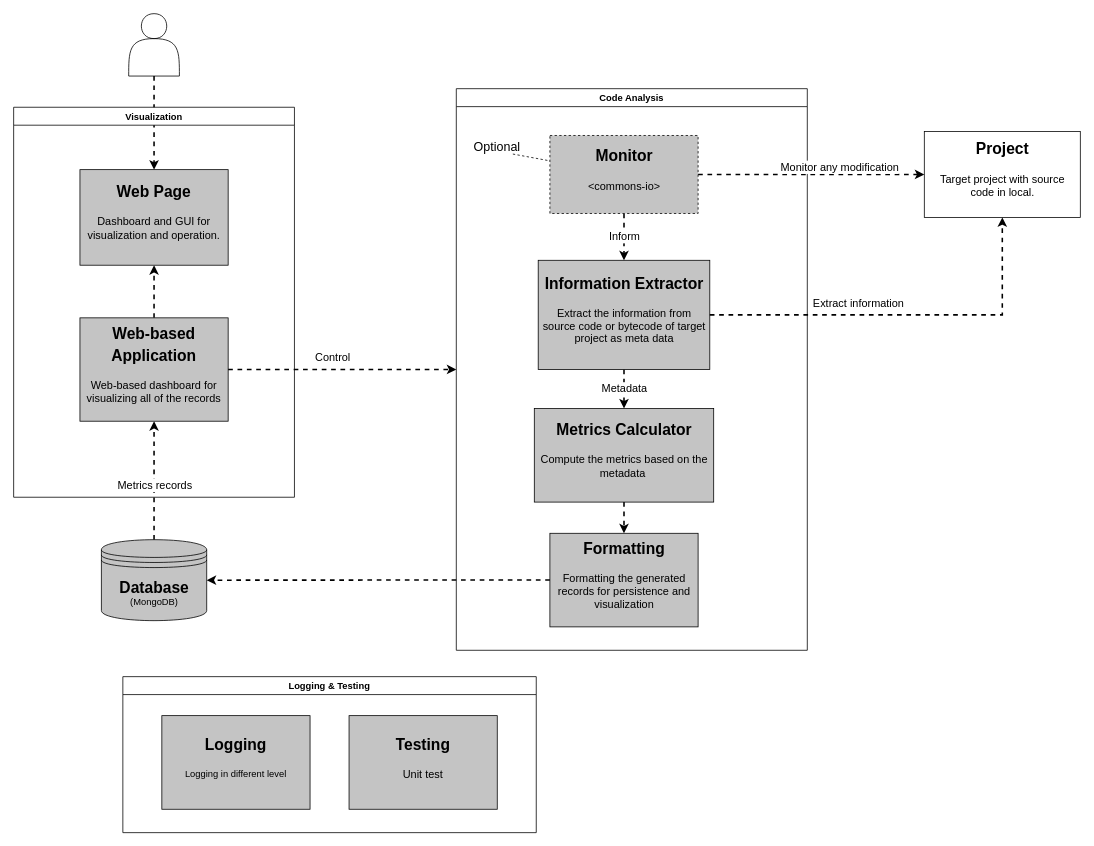
This is design/C4-Component.drawio from liaoooyx/t4m, a draw.io file, before an edit. Source tidied: cells renumbered, new cells numbered last; positions are measured from the earlier drawing's top-left corner, leaving out a move shared by most shapes. Both pictures are drawn from the tidied source at 78%, with x=0, y=0 at pixel (13, 13).
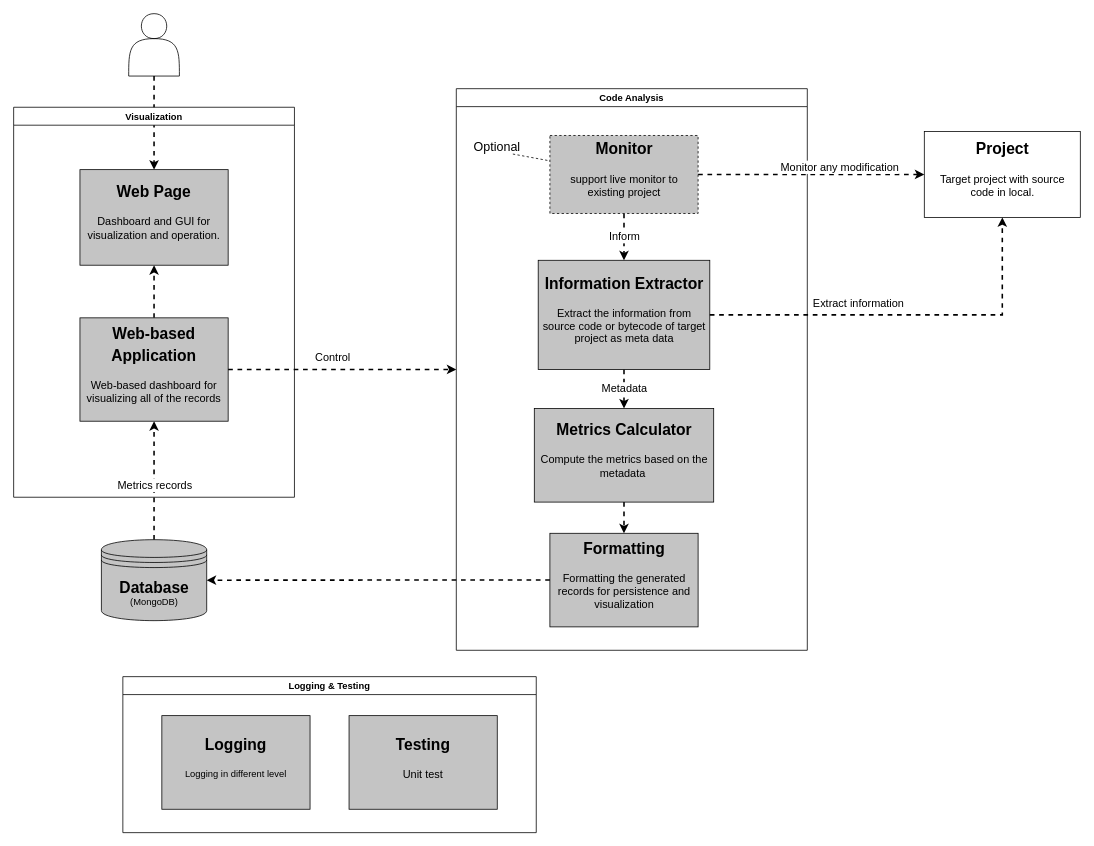
After the change.

The change refers to these unchanged cells:
```xml
<mxCell id="13" value="Code Analysis" style="swimlane;horizontal=1;" parent="1" vertex="1">
  <mxGeometry x="567.5" y="96.2" width="450" height="720" as="geometry" />
</mxCell>
```

Change to the diagram source:
```diff
@@
-    <mxCell id="20" value="&lt;h1&gt;&lt;font style=&quot;font-size: 20px&quot;&gt;Monitor&lt;/font&gt;&lt;/h1&gt;&lt;p&gt;&lt;font style=&quot;font-size: 14px&quot;&gt;&amp;lt;commons-io&amp;gt;&lt;/font&gt;&lt;/p&gt;" style="text;html=1;strokeColor=#000000;fillColor=#C4C4C4;spacing=5;spacingTop=-20;whiteSpace=wrap;overflow=hidden;rounded=0;verticalAlign=middle;horizontal=1;align=center;labelPosition=center;verticalLabelPosition=middle;shadow=0;dashed=1;" parent="13" vertex="1">
+    <mxCell id="20" value="&lt;h1&gt;&lt;font style=&quot;font-size: 20px&quot;&gt;Monitor&lt;/font&gt;&lt;/h1&gt;&lt;p&gt;&lt;span style=&quot;font-size: 14px&quot;&gt;support live monitor to existing project&lt;/span&gt;&lt;/p&gt;" style="text;html=1;strokeColor=#000000;fillColor=#C4C4C4;spacing=5;spacingTop=-20;whiteSpace=wrap;overflow=hidden;rounded=0;verticalAlign=middle;horizontal=1;align=center;labelPosition=center;verticalLabelPosition=middle;shadow=0;dashed=1;" parent="13" vertex="1">
       <mxGeometry x="120" y="60" width="190" height="100" as="geometry" />
     </mxCell>
```
